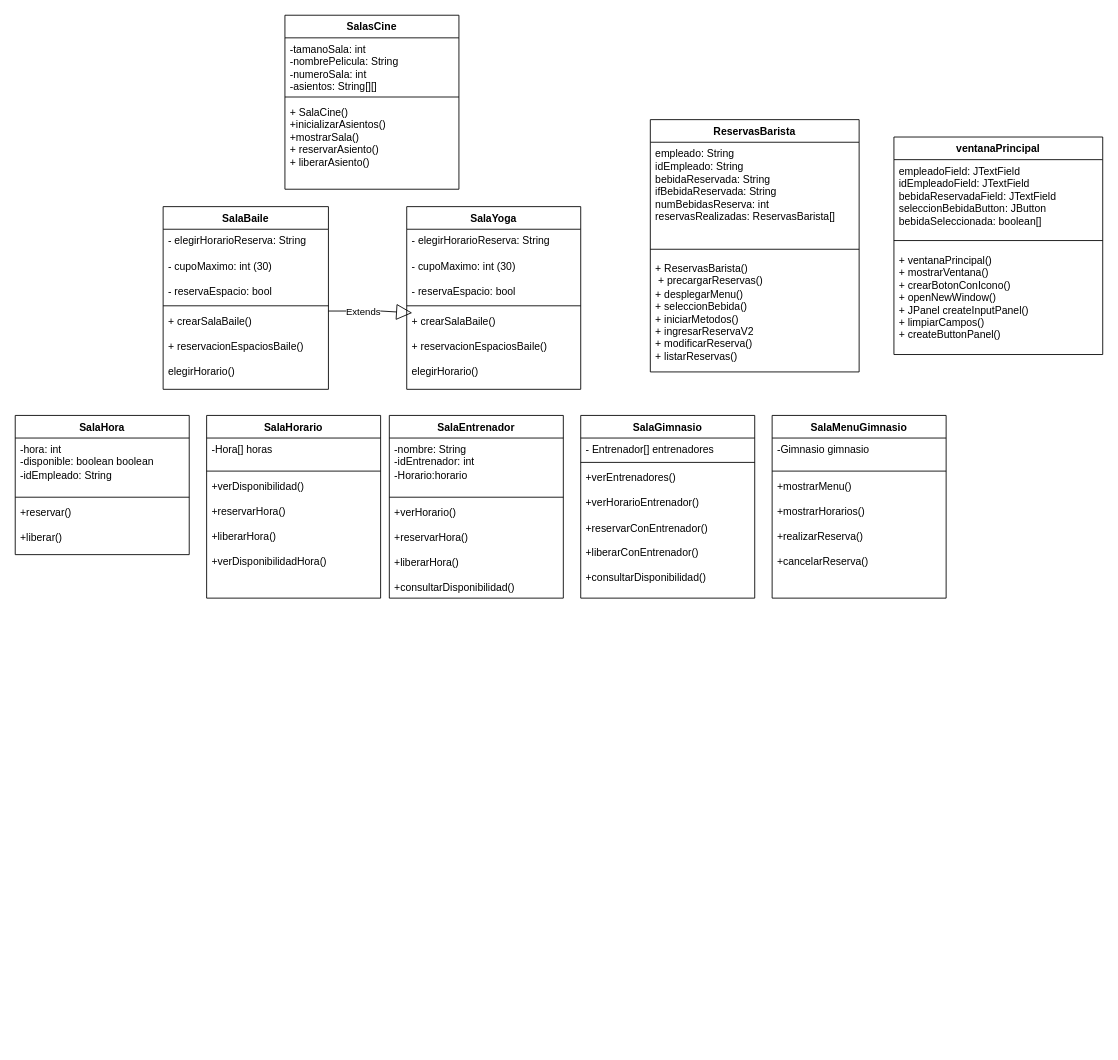
The draw.io diagram SistemaReservasJava.drawio in handelenriquezacuna/javaSistemaReserva, before the edit. Source tidied: cells renumbered, new cells numbered last; positions are measured from the earlier drawing's top-left corner, leaving out a move shared by most shapes. Both pictures are drawn from the tidied source at 87%, with x=0, y=0 at pixel (15, 15).
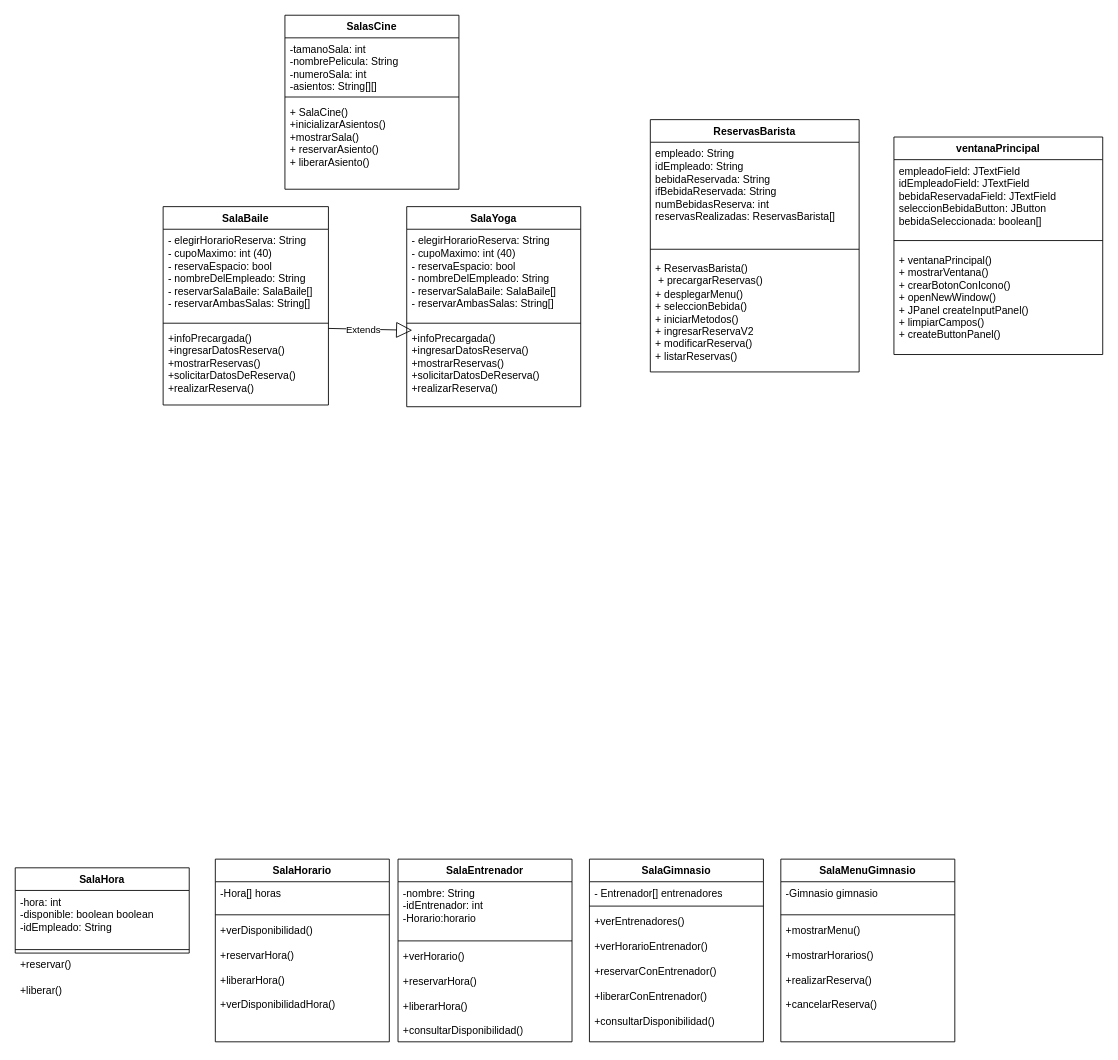
The same diagram, later.

Diff of the diagram source:
```diff
@@
     <mxCell id="6" value="SalaBaile" style="swimlane;fontStyle=1;align=center;verticalAlign=top;horizontal=1;startSize=26;whiteSpace=wrap;html=1;" parent="1" vertex="1">
-      <mxGeometry x="170" y="220" width="190" height="210" as="geometry" />
+      <mxGeometry x="170" y="220" width="190" height="228" as="geometry" />
     </mxCell>
-    <mxCell id="7" value="- elegirHorarioReserva: String&lt;div&gt;&lt;br&gt;&lt;/div&gt;&lt;div&gt;- cupoMaximo: int (30)&lt;/div&gt;&lt;div&gt;&lt;br&gt;&lt;/div&gt;&lt;div&gt;- reservaEspacio: bool&lt;/div&gt;" style="text;strokeColor=none;fillColor=none;align=left;verticalAlign=top;spacingLeft=4;spacingRight=4;overflow=hidden;whiteSpace=wrap;html=1;" parent="6" vertex="1">
-      <mxGeometry y="26" width="190" height="84" as="geometry" />
+    <mxCell id="7" value="- elegirHorarioReserva: String&lt;div&gt;- cupoMaximo: int (40)&lt;/div&gt;&lt;div&gt;- reservaEspacio: bool&lt;/div&gt;&lt;div&gt;- nombreDelEmpleado: String&lt;/div&gt;&lt;div&gt;- reservarSalaBaile: SalaBaile[]&lt;/div&gt;&lt;div&gt;- reservarAmbasSalas: String[]&lt;/div&gt;&lt;div&gt;&lt;br&gt;&lt;/div&gt;&lt;div&gt;&lt;br&gt;&lt;/div&gt;" style="text;strokeColor=none;fillColor=none;align=left;verticalAlign=top;spacingLeft=4;spacingRight=4;overflow=hidden;whiteSpace=wrap;html=1;" parent="6" vertex="1">
+      <mxGeometry y="26" width="190" height="104" as="geometry" />
     </mxCell>
     <mxCell id="8" style="line;strokeWidth=1;fillColor=none;align=left;verticalAlign=middle;spacingTop=-1;spacingLeft=3;spacingRight=3;labelPosition=right;strokeColor=inherit;" parent="6" vertex="1">
-      <mxGeometry y="110" width="190" height="8" as="geometry" />
+      <mxGeometry y="130" width="190" height="8" as="geometry" />
     </mxCell>
-    <mxCell id="9" value="+ crearSalaBaile()&lt;div&gt;&lt;br&gt;&lt;/div&gt;&lt;div&gt;+ reservacionEspaciosBaile()&lt;/div&gt;&lt;div&gt;&lt;br&gt;&lt;/div&gt;&lt;div&gt;elegirHorario()&lt;/div&gt;" style="text;strokeColor=none;fillColor=none;align=left;verticalAlign=top;spacingLeft=4;spacingRight=4;overflow=hidden;points=[[0,0.5],[1,0.5]];portConstraint=eastwest;whiteSpace=wrap;html=1;" parent="6" vertex="1">
-      <mxGeometry y="118" width="190" height="92" as="geometry" />
+    <mxCell id="9" value="+infoPrecargada()&lt;div&gt;+ingresarDatosReserva()&lt;/div&gt;&lt;div&gt;+mostrarReservas()&lt;/div&gt;&lt;div&gt;+solicitarDatosDeReserva()&lt;/div&gt;&lt;div&gt;+realizarReserva()&lt;/div&gt;&lt;div&gt;&lt;br&gt;&lt;/div&gt;&lt;div&gt;&lt;br&gt;&lt;/div&gt;" style="text;strokeColor=none;fillColor=none;align=left;verticalAlign=top;spacingLeft=4;spacingRight=4;overflow=hidden;points=[[0,0.5],[1,0.5]];portConstraint=eastwest;whiteSpace=wrap;html=1;" parent="6" vertex="1">
+      <mxGeometry y="138" width="190" height="90" as="geometry" />
     </mxCell>
     <mxCell id="10" value="SalaYoga&lt;div&gt;&lt;br&gt;&lt;/div&gt;" style="swimlane;fontStyle=1;align=center;verticalAlign=top;horizontal=1;startSize=26;whiteSpace=wrap;html=1;" parent="1" vertex="1">
-      <mxGeometry x="450" y="220" width="200" height="210" as="geometry" />
+      <mxGeometry x="450" y="220" width="200" height="230" as="geometry" />
     </mxCell>
-    <mxCell id="11" value="- elegirHorarioReserva: String&lt;div&gt;&lt;br&gt;&lt;/div&gt;&lt;div&gt;- cupoMaximo: int (30)&lt;/div&gt;&lt;div&gt;&lt;br&gt;&lt;/div&gt;&lt;div&gt;- reservaEspacio: bool&lt;/div&gt;" style="text;strokeColor=none;fillColor=none;align=left;verticalAlign=top;spacingLeft=4;spacingRight=4;overflow=hidden;whiteSpace=wrap;html=1;" parent="10" vertex="1">
-      <mxGeometry y="26" width="200" height="84" as="geometry" />
+    <mxCell id="11" value="- elegirHorarioReserva: String&lt;div&gt;- cupoMaximo: int (40)&lt;/div&gt;&lt;div&gt;- reservaEspacio: bool&lt;/div&gt;&lt;div&gt;- nombreDelEmpleado: String&lt;/div&gt;&lt;div&gt;- reservarSalaBaile: SalaBaile[]&lt;/div&gt;&lt;div&gt;- reservarAmbasSalas: String[]&lt;/div&gt;&lt;div&gt;&lt;br&gt;&lt;/div&gt;&lt;div&gt;&lt;br&gt;&lt;/div&gt;" style="text;strokeColor=none;fillColor=none;align=left;verticalAlign=top;spacingLeft=4;spacingRight=4;overflow=hidden;whiteSpace=wrap;html=1;" parent="10" vertex="1">
+      <mxGeometry y="26" width="200" height="104" as="geometry" />
     </mxCell>
     <mxCell id="12" style="line;strokeWidth=1;fillColor=none;align=left;verticalAlign=middle;spacingTop=-1;spacingLeft=3;spacingRight=3;labelPosition=right;strokeColor=inherit;" parent="10" vertex="1">
-      <mxGeometry y="110" width="200" height="8" as="geometry" />
+      <mxGeometry y="130" width="200" height="8" as="geometry" />
     </mxCell>
-    <mxCell id="13" value="+ crearSalaBaile()&lt;div&gt;&lt;br&gt;&lt;/div&gt;&lt;div&gt;+ reservacionEspaciosBaile()&lt;/div&gt;&lt;div&gt;&lt;br&gt;&lt;/div&gt;&lt;div&gt;elegirHorario()&lt;/div&gt;" style="text;strokeColor=none;fillColor=none;align=left;verticalAlign=top;spacingLeft=4;spacingRight=4;overflow=hidden;points=[[0,0.5],[1,0.5]];portConstraint=eastwest;whiteSpace=wrap;html=1;" parent="10" vertex="1">
-      <mxGeometry y="118" width="200" height="92" as="geometry" />
+    <mxCell id="13" value="+infoPrecargada()&lt;div&gt;+ingresarDatosReserva()&lt;/div&gt;&lt;div&gt;+mostrarReservas()&lt;/div&gt;&lt;div&gt;+solicitarDatosDeReserva()&lt;/div&gt;&lt;div&gt;+realizarReserva()&lt;/div&gt;&lt;div&gt;&lt;br&gt;&lt;/div&gt;&lt;div&gt;&lt;br&gt;&lt;/div&gt;" style="text;strokeColor=none;fillColor=none;align=left;verticalAlign=top;spacingLeft=4;spacingRight=4;overflow=hidden;points=[[0,0.5],[1,0.5]];portConstraint=eastwest;whiteSpace=wrap;html=1;" parent="10" vertex="1">
+      <mxGeometry y="138" width="200" height="92" as="geometry" />
     </mxCell>
@@
     <mxCell id="18" value="Extends" style="endArrow=block;endSize=16;endFill=0;html=1;rounded=0;entryX=0.032;entryY=0.045;entryDx=0;entryDy=0;entryPerimeter=0;exitX=1;exitY=0.022;exitDx=0;exitDy=0;exitPerimeter=0;" parent="1" edge="1" source="9" target="13">
-      <mxGeometry x="-0.17" y="-1" relative="1" as="geometry">
-        <Array as="points">
-          <mxPoint x="420" y="340" />
-        </Array>
-      </mxGeometry>
+      <mxGeometry x="-0.17" y="-1" relative="1" as="geometry" />
     </mxCell>
@@
     <mxCell id="23" value="SalaHora" style="swimlane;fontStyle=1;align=center;verticalAlign=top;horizontal=1;startSize=26;whiteSpace=wrap;html=1;" parent="1" vertex="1">
-      <mxGeometry y="460" width="200" height="160" as="geometry" />
+      <mxGeometry y="980" width="200" height="98" as="geometry" />
     </mxCell>
@@
-    <mxCell id="26" value="+reservar()&lt;div&gt;&lt;br&gt;&lt;/div&gt;&lt;div&gt;+liberar()&amp;nbsp;&amp;nbsp;&lt;div&gt;&lt;br&gt;&lt;/div&gt;&lt;div&gt;&lt;br&gt;&lt;/div&gt;&lt;div&gt;&lt;br&gt;&lt;/div&gt;&lt;div&gt;&lt;br&gt;&lt;/div&gt;&lt;/div&gt;" style="text;strokeColor=none;fillColor=none;align=left;verticalAlign=top;spacingLeft=4;spacingRight=4;overflow=hidden;whiteSpace=wrap;html=1;" parent="23" vertex="1">
-      <mxGeometry y="98" width="200" height="62" as="geometry" />
-    </mxCell>
     <mxCell id="27" value="SalaEntrenador" style="swimlane;fontStyle=1;align=center;verticalAlign=top;horizontal=1;startSize=26;whiteSpace=wrap;html=1;" parent="1" vertex="1">
-      <mxGeometry x="430" y="460" width="200" height="210" as="geometry" />
+      <mxGeometry x="440" y="970" width="200" height="210" as="geometry" />
     </mxCell>
@@
     <mxCell id="31" value="SalaHorario" style="swimlane;fontStyle=1;align=center;verticalAlign=top;horizontal=1;startSize=26;whiteSpace=wrap;html=1;" parent="1" vertex="1">
-      <mxGeometry x="220" y="460" width="200" height="210" as="geometry" />
+      <mxGeometry x="230" y="970" width="200" height="210" as="geometry" />
     </mxCell>
@@
     <mxCell id="35" value="SalaMenuGimnasio" style="swimlane;fontStyle=1;align=center;verticalAlign=top;horizontal=1;startSize=26;whiteSpace=wrap;html=1;" parent="1" vertex="1">
-      <mxGeometry x="870" y="460" width="200" height="210" as="geometry" />
+      <mxGeometry x="880" y="970" width="200" height="210" as="geometry" />
     </mxCell>
@@
     <mxCell id="39" value="SalaGimnasio" style="swimlane;fontStyle=1;align=center;verticalAlign=top;horizontal=1;startSize=26;whiteSpace=wrap;html=1;" parent="1" vertex="1">
-      <mxGeometry x="650" y="460" width="200" height="210" as="geometry" />
+      <mxGeometry x="660" y="970" width="200" height="210" as="geometry" />
     </mxCell>
@@
+    <mxCell id="26" value="+reservar()&lt;div&gt;&lt;br&gt;&lt;/div&gt;&lt;div&gt;+liberar()&amp;nbsp;&amp;nbsp;&lt;div&gt;&lt;br&gt;&lt;/div&gt;&lt;div&gt;&lt;br&gt;&lt;/div&gt;&lt;div&gt;&lt;br&gt;&lt;/div&gt;&lt;div&gt;&lt;br&gt;&lt;/div&gt;&lt;/div&gt;" style="text;strokeColor=none;fillColor=none;align=left;verticalAlign=top;spacingLeft=4;spacingRight=4;overflow=hidden;whiteSpace=wrap;html=1;" parent="1" vertex="1">
+      <mxGeometry y="1078" width="200" height="62" as="geometry" />
+    </mxCell>
```
